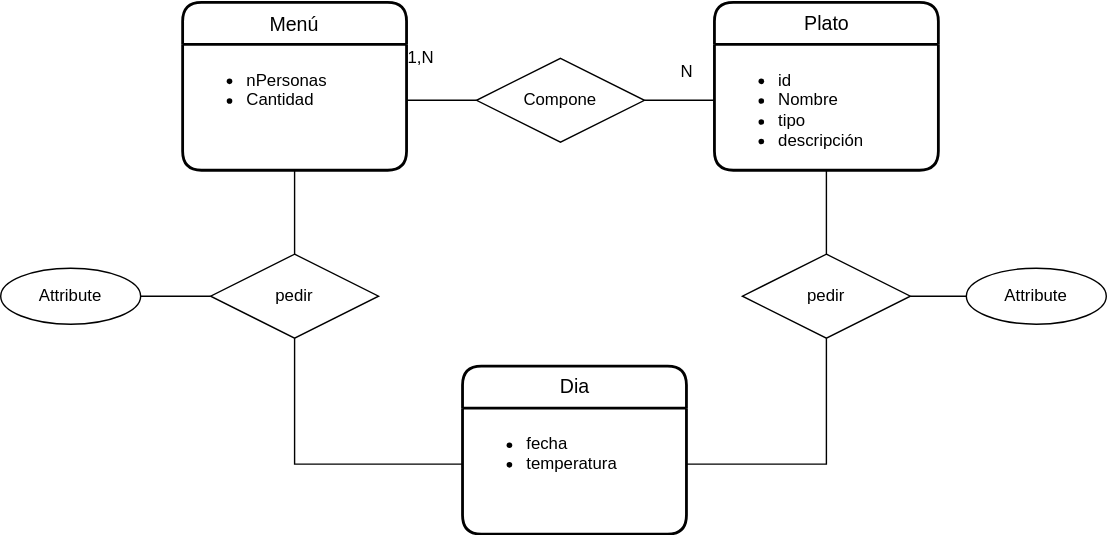
Jimxx22/C3-UD11-UML keeps this draw.io diagram as UD12-15.svg. Above is the earlier version. Source tidied: cells renumbered, new cells last; positions are measured from the earlier drawing's top-left corner, leaving out a move shared by most shapes.
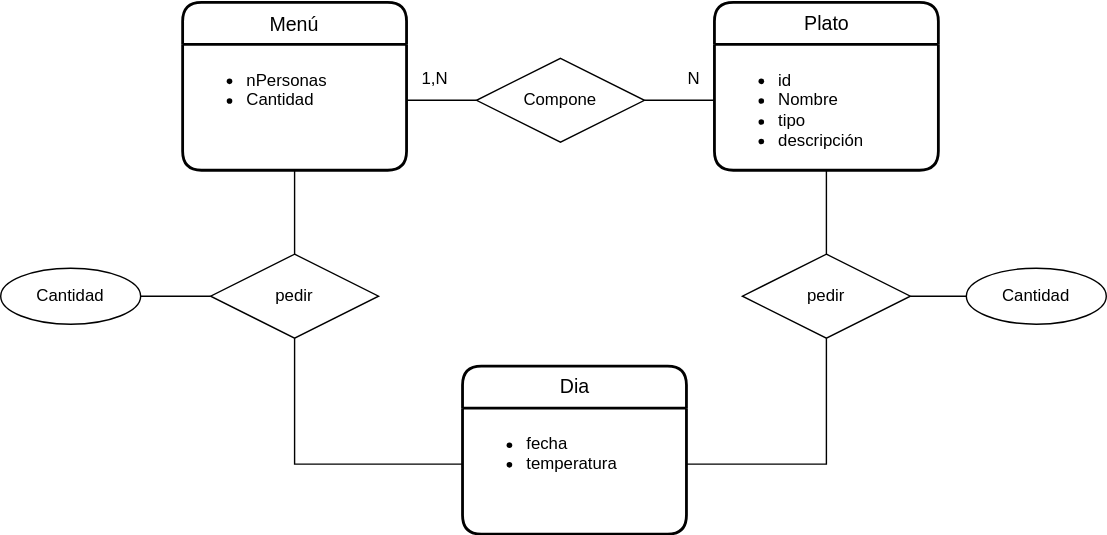
The same diagram one commit later.

Change to the diagram source:
```diff
@@ -52,15 +52,15 @@
       <mxGeometry relative="1" as="geometry" />
     </mxCell>
     <mxCell id="15" value="N" style="text;html=1;align=center;verticalAlign=middle;strokeColor=none;fillColor=none;" parent="1" vertex="1">
-      <mxGeometry x="475" y="35" width="30" height="30" as="geometry" />
+      <mxGeometry x="480" y="40" width="30" height="30" as="geometry" />
     </mxCell>
-    <mxCell id="16" value="Attribute" style="ellipse;whiteSpace=wrap;html=1;align=center;labelBackgroundColor=none;" parent="1" vertex="1">
+    <mxCell id="16" value="Cantidad" style="ellipse;whiteSpace=wrap;html=1;align=center;labelBackgroundColor=none;" parent="1" vertex="1">
       <mxGeometry x="690" y="190" width="100" height="40" as="geometry" />
     </mxCell>
     <mxCell id="17" value="1,N" style="text;html=1;align=center;verticalAlign=middle;strokeColor=none;fillColor=none;" parent="1" vertex="1">
-      <mxGeometry x="280" y="25" width="40" height="30" as="geometry" />
+      <mxGeometry x="290" y="40" width="40" height="30" as="geometry" />
     </mxCell>
-    <mxCell id="18" value="Attribute" style="ellipse;whiteSpace=wrap;html=1;align=center;labelBackgroundColor=none;" parent="1" vertex="1">
+    <mxCell id="18" value="Cantidad" style="ellipse;whiteSpace=wrap;html=1;align=center;labelBackgroundColor=none;" parent="1" vertex="1">
       <mxGeometry y="190" width="100" height="40" as="geometry" />
     </mxCell>
     <mxCell id="19" style="endArrow=none;html=1;rounded=0;labelBackgroundColor=none;exitX=1;exitY=0.5;exitDx=0;exitDy=0;entryX=0;entryY=0.5;entryDx=0;entryDy=0;" parent="1" edge="1" source="18" target="8">
```
